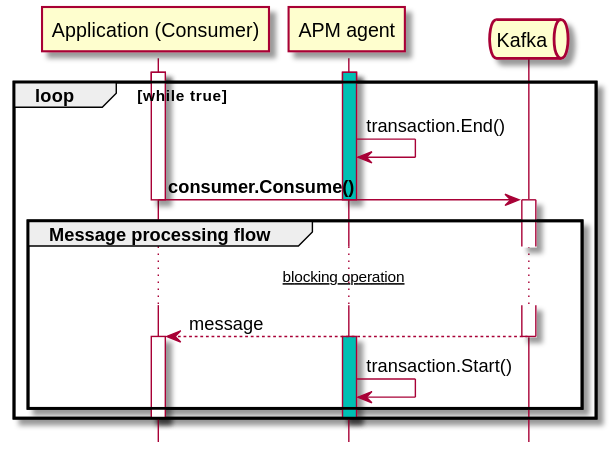
Earlier version of the PlantUML export specs/agents/uml/kafka_consume.svg (elastic/apm). Its diagram source:
```plantuml
@startuml kafka_consume
hide footbox
participant "Application (Consumer)" as app
participant "APM agent" as apm
queue       Kafka as queue

activate app
loop while true
    activate apm #00BFB3
    apm -> apm: transaction.End()

    app -> queue: **consumer.Consume()**
    deactivate apm
    deactivate app
    activate queue

    group Message processing flow
        ... ~~blocking operation~~ ...
        queue --> app: message

        deactivate queue
        activate app
        activate apm #00BFB3
        apm -> apm: transaction.Start()
    end

    deactivate app
    deactivate apm
end
@enduml
```
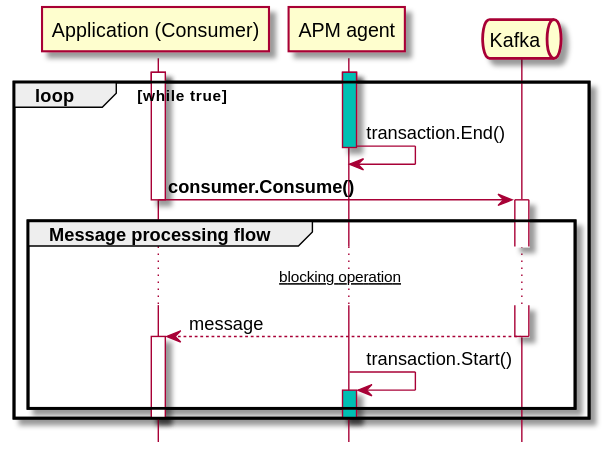
After the change.

The edit, as a diff of the source:
```diff
@@ -8,9 +8,9 @@
 loop while true
     activate apm #00BFB3
     apm -> apm: transaction.End()
+	deactivate apm
 
-    app -> queue: **consumer.Consume()**
-    deactivate apm
+	app -> queue: **consumer.Consume()**
     deactivate app
     activate queue
 
@@ -20,8 +20,9 @@
 
         deactivate queue
         activate app
+
+        apm -> apm: transaction.Start()
         activate apm #00BFB3
-        apm -> apm: transaction.Start()
     end
 
     deactivate app
```
